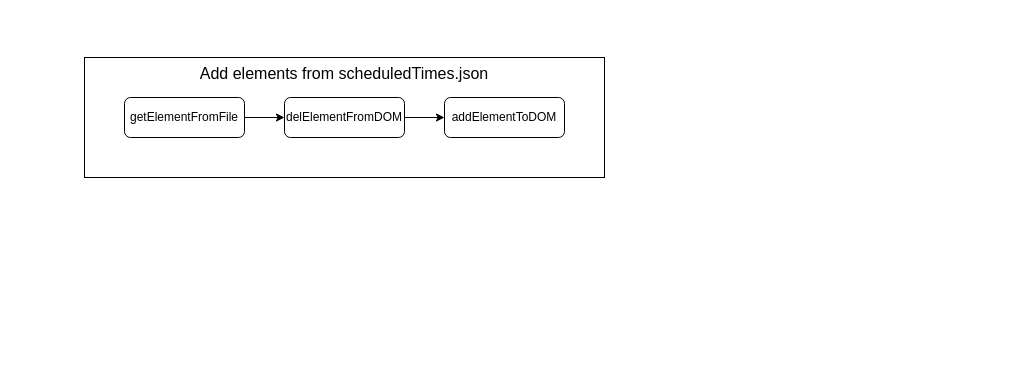
This is Function Layout MAP.drawio from Nagthas/Scheduled-countdown, a draw.io file, before an edit. Source tidied: cells renumbered, new cells numbered last; positions are measured from the earlier drawing's top-left corner, leaving out a move shared by most shapes. Both pictures are drawn from the tidied source at 100%, with x=0, y=0 at pixel (84, 57).
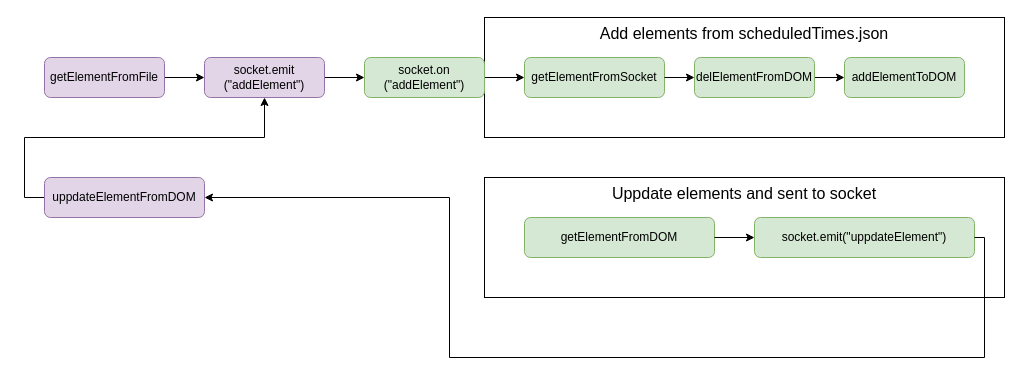
Above is the later version.

Diff of the diagram source:
```diff
@@
+    <mxCell id="8" style="group;fillColor=#d5e8d4;strokeColor=#82b366;" parent="1" vertex="1">
+      <mxGeometry x="400" y="-40" width="520" height="120" as="geometry" />
+    </mxCell>
-    <mxCell id="2" value="Add elements from scheduledTimes.json" style="rounded=0;whiteSpace=wrap;html=1;fillColor=#ffffff;gradientColor=none;align=center;verticalAlign=top;fontSize=16;" parent="1" vertex="1">
+    <mxCell id="2" value="Add elements from scheduledTimes.json" style="rounded=0;whiteSpace=wrap;html=1;fillColor=#ffffff;gradientColor=none;align=center;verticalAlign=top;fontSize=16;" parent="8" vertex="1">
       <mxGeometry width="520" height="120" as="geometry" />
     </mxCell>
-    <mxCell id="3" value="addElementToDOM" style="rounded=1;whiteSpace=wrap;html=1;gradientColor=none;fillColor=#ffffff;" parent="1" vertex="1">
+    <mxCell id="3" value="addElementToDOM" style="rounded=1;whiteSpace=wrap;html=1;fillColor=#d5e8d4;strokeColor=#82b366;" parent="8" vertex="1">
       <mxGeometry x="360" y="40" width="120" height="40" as="geometry" />
     </mxCell>
-    <mxCell id="4" style="edgeStyle=orthogonalEdgeStyle;rounded=0;jettySize=auto;html=1;fontSize=16;" parent="1" edge="1" source="5" target="7">
-      <mxGeometry relative="1" as="geometry" />
-    </mxCell>
-    <mxCell id="5" value="getElementFromFile" style="rounded=1;whiteSpace=wrap;html=1;gradientColor=none;fillColor=#ffffff;" parent="1" vertex="1">
-      <mxGeometry x="40" y="40" width="120" height="40" as="geometry" />
+    <mxCell id="5" value="getElementFromSocket" style="rounded=1;whiteSpace=wrap;html=1;fillColor=#d5e8d4;strokeColor=#82b366;" parent="8" vertex="1">
+      <mxGeometry x="40" y="40" width="140" height="40" as="geometry" />
     </mxCell>
-    <mxCell id="6" style="edgeStyle=orthogonalEdgeStyle;rounded=0;jettySize=auto;html=1;fontSize=16;" parent="1" edge="1" source="7" target="3">
+    <mxCell id="6" style="edgeStyle=orthogonalEdgeStyle;rounded=0;jettySize=auto;html=1;fontSize=16;" parent="8" edge="1" source="7" target="3">
       <mxGeometry relative="1" as="geometry" />
     </mxCell>
-    <mxCell id="7" value="delElementFromDOM" style="rounded=1;whiteSpace=wrap;html=1;gradientColor=none;fillColor=#ffffff;" parent="1" vertex="1">
-      <mxGeometry x="200" y="40" width="120" height="40" as="geometry" />
+    <mxCell id="7" value="delElementFromDOM" style="rounded=1;whiteSpace=wrap;html=1;fillColor=#d5e8d4;strokeColor=#82b366;" parent="8" vertex="1">
+      <mxGeometry x="210" y="40" width="120" height="40" as="geometry" />
     </mxCell>
+    <mxCell id="4" style="edgeStyle=orthogonalEdgeStyle;rounded=0;jettySize=auto;html=1;fontSize=16;" parent="8" edge="1" source="5" target="7">
+      <mxGeometry relative="1" as="geometry" />
+    </mxCell>
+    <mxCell id="9" style="edgeStyle=orthogonalEdgeStyle;rounded=0;jettySize=auto;html=1;fontSize=16;" parent="1" edge="1" source="10" target="5">
+      <mxGeometry relative="1" as="geometry" />
+    </mxCell>
+    <mxCell id="10" value="socket.on (&quot;addElement&quot;)" style="rounded=1;whiteSpace=wrap;html=1;fillColor=#d5e8d4;strokeColor=#82b366;" parent="1" vertex="1">
+      <mxGeometry x="280" width="120" height="40" as="geometry" />
+    </mxCell>
+    <mxCell id="11" style="edgeStyle=orthogonalEdgeStyle;rounded=0;jettySize=auto;html=1;fontSize=16;" parent="1" edge="1" source="12" target="10">
+      <mxGeometry relative="1" as="geometry" />
+    </mxCell>
+    <mxCell id="12" value="socket.emit (&quot;addElement&quot;)" style="rounded=1;whiteSpace=wrap;html=1;fillColor=#e1d5e7;strokeColor=#9673a6;" parent="1" vertex="1">
+      <mxGeometry x="120" width="120" height="40" as="geometry" />
+    </mxCell>
+    <mxCell id="13" style="edgeStyle=orthogonalEdgeStyle;rounded=0;jettySize=auto;html=1;fontSize=16;" parent="1" edge="1" source="14" target="12">
+      <mxGeometry relative="1" as="geometry" />
+    </mxCell>
+    <mxCell id="14" value="getElementFromFile" style="rounded=1;whiteSpace=wrap;html=1;fillColor=#e1d5e7;strokeColor=#9673a6;" parent="1" vertex="1">
+      <mxGeometry x="-40" width="120" height="40" as="geometry" />
+    </mxCell>
+    <mxCell id="15" style="edgeStyle=orthogonalEdgeStyle;rounded=0;comic=0;jettySize=auto;html=1;entryX=0.5;entryY=1;entryDx=0;entryDy=0;shadow=0;startArrow=none;startFill=0;endSize=6;targetPerimeterSpacing=0;fontSize=16;" parent="1" edge="1" source="16" target="12">
+      <mxGeometry relative="1" as="geometry">
+        <Array as="points">
+          <mxPoint x="-60" y="140" />
+          <mxPoint x="-60" y="80" />
+          <mxPoint x="180" y="80" />
+        </Array>
+      </mxGeometry>
+    </mxCell>
+    <mxCell id="16" value="uppdateElementFromDOM" style="rounded=1;whiteSpace=wrap;html=1;fillColor=#e1d5e7;strokeColor=#9673a6;" parent="1" vertex="1">
+      <mxGeometry x="-40" y="120" width="160" height="40" as="geometry" />
+    </mxCell>
+    <mxCell id="17" style="group;fillColor=#d5e8d4;strokeColor=#82b366;" parent="1" vertex="1">
+      <mxGeometry x="400" y="120" width="520" height="120" as="geometry" />
+    </mxCell>
+    <mxCell id="18" value="Uppdate elements and sent to socket&lt;br&gt;" style="rounded=0;whiteSpace=wrap;html=1;fillColor=#ffffff;gradientColor=none;align=center;verticalAlign=top;fontSize=16;" parent="17" vertex="1">
+      <mxGeometry width="520" height="120" as="geometry" />
+    </mxCell>
+    <mxCell id="19" value="getElementFromDOM" style="rounded=1;whiteSpace=wrap;html=1;fillColor=#d5e8d4;strokeColor=#82b366;" parent="17" vertex="1">
+      <mxGeometry x="40" y="40" width="190" height="40" as="geometry" />
+    </mxCell>
+    <mxCell id="20" value="socket.emit(&quot;uppdateElement&quot;)" style="rounded=1;whiteSpace=wrap;html=1;fillColor=#d5e8d4;strokeColor=#82b366;" parent="17" vertex="1">
+      <mxGeometry x="270" y="40" width="220" height="40" as="geometry" />
+    </mxCell>
+    <mxCell id="21" style="edgeStyle=orthogonalEdgeStyle;rounded=0;jettySize=auto;html=1;fontSize=16;" parent="17" edge="1" source="19" target="20">
+      <mxGeometry relative="1" as="geometry" />
+    </mxCell>
+    <mxCell id="22" style="edgeStyle=orthogonalEdgeStyle;rounded=0;jettySize=auto;html=1;fontSize=16;entryX=1;entryY=0.5;entryDx=0;entryDy=0;shadow=0;comic=0;startArrow=none;startFill=0;targetPerimeterSpacing=0;endSize=6;" parent="1" edge="1" source="20" target="16">
+      <mxGeometry relative="1" as="geometry">
+        <Array as="points">
+          <mxPoint x="900" y="180" />
+          <mxPoint x="900" y="300" />
+          <mxPoint x="365" y="300" />
+          <mxPoint x="365" y="140" />
+        </Array>
+      </mxGeometry>
+    </mxCell>
```
